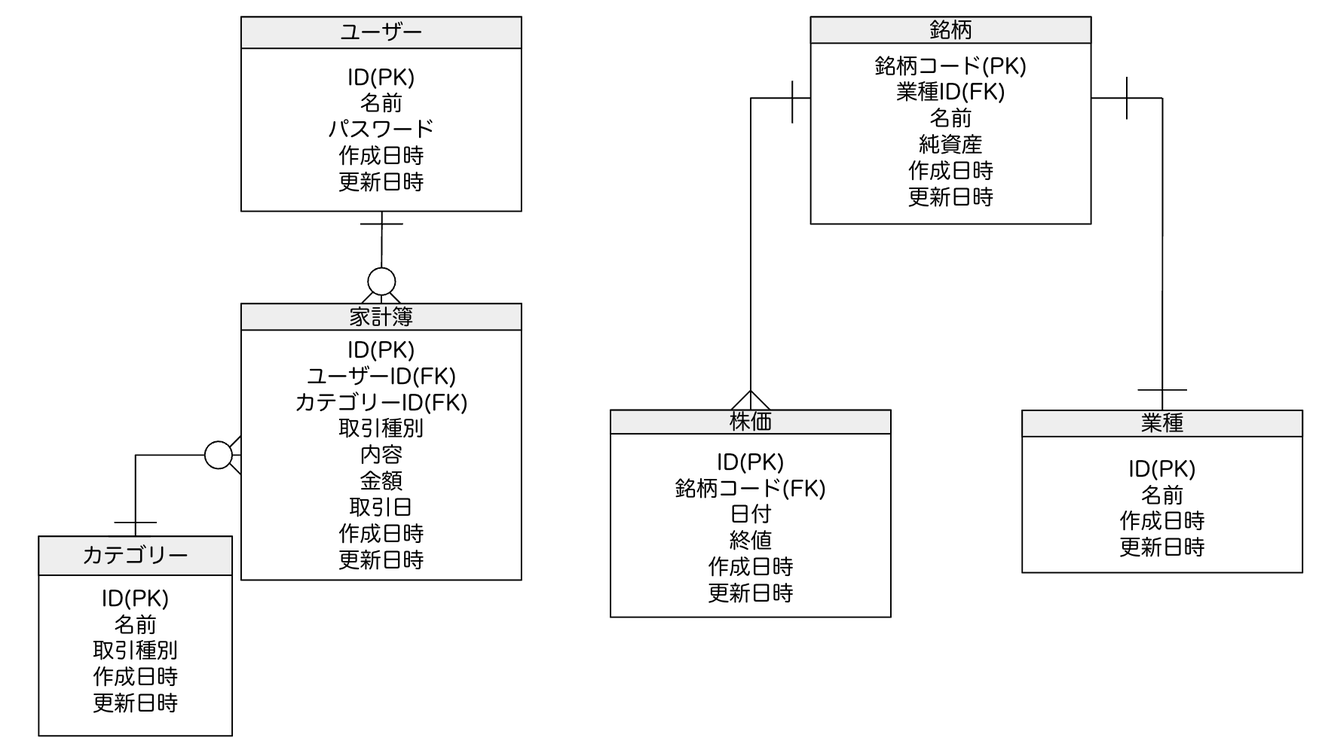
Above: document/img/er_diagram.png in poppuko-n/MoneyManagement (Mermaid), before the change. Its source is kept beside it as document/img/er_diagram.mmd.
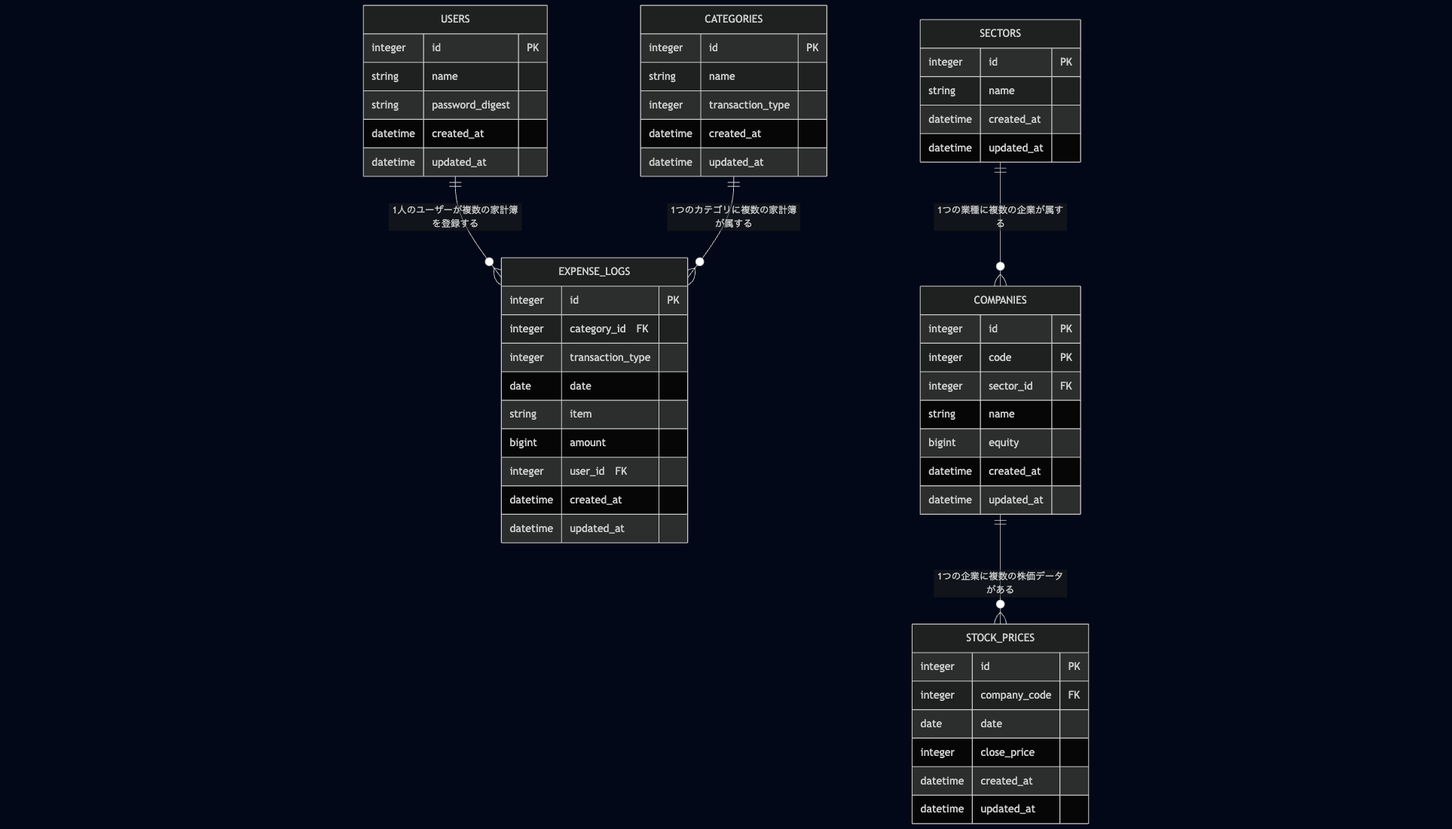
The same file after the commit.

Commit message:
docs: mamaidでER図を作成

Change to the diagram source:
```diff
@@ -1,13 +1,11 @@
 erDiagram
-  USERS ||--o{ EXPENSE_LOGS : has
-  CATEGORIES ||--o{ EXPENSE_LOGS : categorizes
-  USERS ||--o{ EXPENSE_LOGS : logs
-  SECTORS ||--o{ COMPANIES : includes
-  COMPANIES ||--o{ STOCK_PRICES : has
-  COMPANIES ||--o{ STOCK_PRICES : priced
+  USERS ||--o{ EXPENSE_LOGS : "1人のユーザーが複数の家計簿を登録する"
+  CATEGORIES ||--o{ EXPENSE_LOGS : "1つのカテゴリに複数の家計簿が属する"
+  SECTORS ||--o{ COMPANIES : "1つの業種に複数の企業が属する"
+  COMPANIES ||--o{ STOCK_PRICES : "1つの企業に複数の株価データがある"
 
   USERS {
-    integer id
+    integer id PK
     string name
     string password_digest
     datetime created_at
@@ -15,7 +13,7 @@
   }
 
   CATEGORIES {
-    integer id
+    integer id PK
     string name
     integer transaction_type
     datetime created_at
@@ -23,28 +21,28 @@
   }
 
   EXPENSE_LOGS {
-    integer id
-    integer category_id
+    integer id PK
+    integer category_id　FK
     integer transaction_type
     date date
     string item
     bigint amount
-    integer user_id
+    integer user_id　FK
     datetime created_at
     datetime updated_at
   }
 
   SECTORS {
-    integer id
+    integer id PK
     string name
     datetime created_at
     datetime updated_at
   }
 
   COMPANIES {
-    integer id
-    integer code
-    integer sector_id
+    integer id PK
+    integer code PK
+    integer sector_id FK
     string name
     bigint equity
     datetime created_at
@@ -52,8 +50,8 @@
   }
 
   STOCK_PRICES {
-    integer id
-    integer company_code
+    integer id PK
+    integer company_code FK
     date date
     integer close_price
     datetime created_at
```
